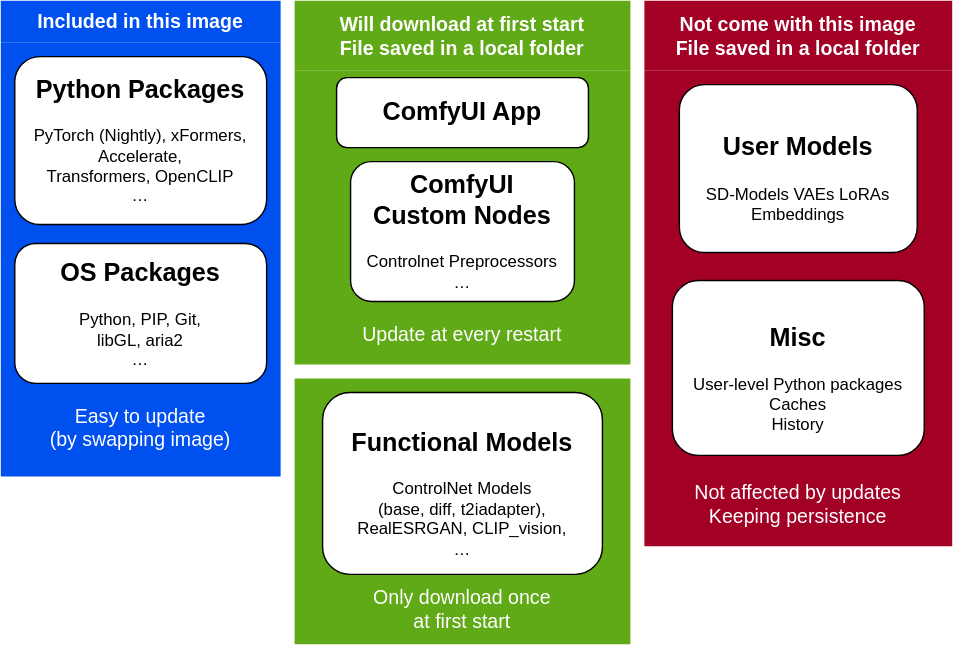
Earlier version of the draw.io export docs/chart-concept.svg (YanWenKun/ComfyUI-Docker). Source tidied: cells renumbered, new cells last; positions are measured from the earlier drawing's top-left corner, leaving out a move shared by most shapes. Source of this version:
```xml
<mxGraphModel>
  <root>
    <mxCell id="0" />
    <mxCell id="1" parent="0" />
    <mxCell id="2" value="Included in this image" style="swimlane;whiteSpace=wrap;html=1;fillColor=#0050ef;strokeColor=none;fontColor=#ffffff;fillStyle=auto;swimlaneFillColor=#0050EF;fontSize=14;fontFamily=Helvetica;swimlaneLine=0;shadow=0;rounded=0;glass=0;startSize=30;" parent="1" vertex="1">
      <mxGeometry width="200" height="340" as="geometry" />
    </mxCell>
    <mxCell id="3" value="&lt;h2&gt;Python Packages&lt;/h2&gt;&lt;div&gt;PyTorch (Nightly), xFormers, Accelerate,&lt;/div&gt;&lt;div&gt;Transformers, OpenCLIP&lt;/div&gt;&lt;div&gt;…&lt;/div&gt;&lt;div&gt;&lt;br&gt;&lt;/div&gt;" style="rounded=1;whiteSpace=wrap;html=1;" parent="2" vertex="1">
      <mxGeometry x="10" y="40" width="180" height="120" as="geometry" />
    </mxCell>
    <mxCell id="4" value="&lt;h2&gt;OS Packages&lt;/h2&gt;&lt;div&gt;Python, PIP, Git,&lt;/div&gt;libGL, aria2&lt;span style=&quot;background-color: initial;&quot;&gt;&lt;br&gt;…&lt;br&gt;&lt;br&gt;&lt;/span&gt;" style="rounded=1;whiteSpace=wrap;html=1;" parent="2" vertex="1">
      <mxGeometry x="10" y="173.5" width="180" height="100" as="geometry" />
    </mxCell>
    <mxCell id="5" value="Easy to update&lt;br&gt;(by swapping image)" style="text;html=1;align=center;verticalAlign=middle;whiteSpace=wrap;rounded=0;fontColor=#FFFFFF;fontSize=14;" parent="2" vertex="1">
      <mxGeometry x="30" y="290" width="140" height="30" as="geometry" />
    </mxCell>
    <mxCell id="6" value="Will download at first start&lt;br style=&quot;font-size: 14px;&quot;&gt;File saved in a local folder" style="swimlane;whiteSpace=wrap;html=1;startSize=50;fillColor=#60a917;fontColor=#ffffff;strokeColor=none;fontSize=14;fontFamily=Helvetica;swimlaneFillColor=#60A917;swimlaneLine=0;shadow=0;glass=0;" parent="1" vertex="1">
      <mxGeometry x="210" width="240" height="260" as="geometry" />
    </mxCell>
    <mxCell id="7" value="&lt;h2&gt;ComfyUI App&lt;/h2&gt;" style="rounded=1;whiteSpace=wrap;html=1;" parent="6" vertex="1">
      <mxGeometry x="30" y="55" width="180" height="50" as="geometry" />
    </mxCell>
    <mxCell id="8" value="&lt;h2&gt;ComfyUI&lt;br&gt;Custom Nodes&lt;/h2&gt;&lt;div&gt;Controlnet Preprocessors&lt;br&gt;&lt;/div&gt;&lt;div&gt;…&lt;/div&gt;&lt;div&gt;&lt;br&gt;&lt;/div&gt;" style="rounded=1;whiteSpace=wrap;html=1;" parent="6" vertex="1">
      <mxGeometry x="40" y="115" width="160" height="100" as="geometry" />
    </mxCell>
    <mxCell id="9" value="Update at every restart" style="text;html=1;align=center;verticalAlign=middle;whiteSpace=wrap;rounded=0;fontColor=#FFFFFF;fontSize=14;" parent="6" vertex="1">
      <mxGeometry x="35" y="224" width="170" height="30" as="geometry" />
    </mxCell>
    <mxCell id="10" value="Not come with this image&lt;br&gt;File saved in a local folder" style="swimlane;whiteSpace=wrap;html=1;fontSize=14;fillColor=#a20025;fontColor=#ffffff;strokeColor=none;swimlaneLine=0;swimlaneFillColor=#A20025;startSize=50;" parent="1" vertex="1">
      <mxGeometry x="460" width="220" height="390" as="geometry" />
    </mxCell>
    <mxCell id="11" value="&lt;h2&gt;User Models&lt;/h2&gt;&lt;div&gt;SD-Models VAEs LoRAs&lt;/div&gt;&lt;div&gt;Embeddings&lt;/div&gt;" style="rounded=1;whiteSpace=wrap;html=1;" parent="10" vertex="1">
      <mxGeometry x="25" y="60" width="170" height="120" as="geometry" />
    </mxCell>
    <mxCell id="12" value="&lt;h2&gt;Misc&lt;/h2&gt;User-level Python packages&lt;br&gt;Caches&lt;br&gt;History" style="rounded=1;whiteSpace=wrap;html=1;glass=0;" parent="10" vertex="1">
      <mxGeometry x="20" y="200" width="180" height="125" as="geometry" />
    </mxCell>
    <mxCell id="13" value="Not affected by updates&lt;br&gt;Keeping persistence" style="text;html=1;align=center;verticalAlign=middle;whiteSpace=wrap;rounded=0;fontColor=#FFFFFF;fontSize=14;" parent="10" vertex="1">
      <mxGeometry x="25" y="340" width="170" height="40" as="geometry" />
    </mxCell>
    <mxCell id="14" style="swimlane;startSize=0;strokeColor=none;swimlaneLine=0;fillColor=none;swimlaneFillColor=#60A917;" parent="1" vertex="1">
      <mxGeometry x="210" y="270" width="240" height="190" as="geometry" />
    </mxCell>
    <mxCell id="15" value="&lt;h2&gt;Functional&amp;nbsp;Models&lt;/h2&gt;&lt;div&gt;ControlNet Models&lt;/div&gt;&lt;div&gt;(base, diff,&amp;nbsp;t2iadapter),&lt;/div&gt;&lt;div&gt;RealESRGAN,&amp;nbsp;&lt;span style=&quot;background-color: initial;&quot;&gt;CLIP_vision,&lt;/span&gt;&lt;/div&gt;&lt;div&gt;…&lt;/div&gt;" style="rounded=1;whiteSpace=wrap;html=1;" parent="14" vertex="1">
      <mxGeometry x="20" y="10" width="200" height="130" as="geometry" />
    </mxCell>
    <mxCell id="16" value="Only download once &lt;br&gt;at first start" style="text;html=1;align=center;verticalAlign=middle;whiteSpace=wrap;rounded=0;fontColor=#FFFFFF;fontSize=14;" parent="14" vertex="1">
      <mxGeometry x="35" y="150" width="170" height="30" as="geometry" />
    </mxCell>
  </root>
</mxGraphModel>
```
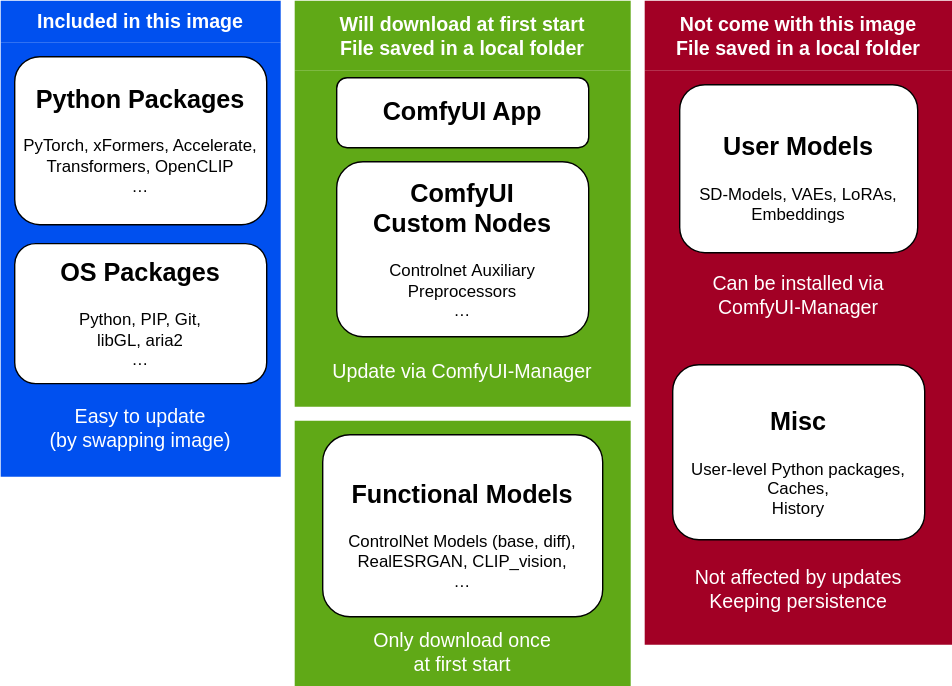
After the commit.

Diff of the diagram source:
```diff
@@ -5,7 +5,7 @@
     <mxCell id="2" value="Included in this image" style="swimlane;whiteSpace=wrap;html=1;fillColor=#0050ef;strokeColor=none;fontColor=#ffffff;fillStyle=auto;swimlaneFillColor=#0050EF;fontSize=14;fontFamily=Helvetica;swimlaneLine=0;shadow=0;rounded=0;glass=0;startSize=30;" parent="1" vertex="1">
       <mxGeometry width="200" height="340" as="geometry" />
     </mxCell>
-    <mxCell id="3" value="&lt;h2&gt;Python Packages&lt;/h2&gt;&lt;div&gt;PyTorch (Nightly), xFormers, Accelerate,&lt;/div&gt;&lt;div&gt;Transformers, OpenCLIP&lt;/div&gt;&lt;div&gt;…&lt;/div&gt;&lt;div&gt;&lt;br&gt;&lt;/div&gt;" style="rounded=1;whiteSpace=wrap;html=1;" parent="2" vertex="1">
+    <mxCell id="3" value="&lt;h2&gt;Python Packages&lt;/h2&gt;&lt;div&gt;PyTorch, xFormers, Accelerate,&lt;/div&gt;&lt;div&gt;Transformers, OpenCLIP&lt;/div&gt;&lt;div&gt;…&lt;/div&gt;&lt;div&gt;&lt;br&gt;&lt;/div&gt;" style="rounded=1;whiteSpace=wrap;html=1;" parent="2" vertex="1">
       <mxGeometry x="10" y="40" width="180" height="120" as="geometry" />
     </mxCell>
     <mxCell id="4" value="&lt;h2&gt;OS Packages&lt;/h2&gt;&lt;div&gt;Python, PIP, Git,&lt;/div&gt;libGL, aria2&lt;span style=&quot;background-color: initial;&quot;&gt;&lt;br&gt;…&lt;br&gt;&lt;br&gt;&lt;/span&gt;" style="rounded=1;whiteSpace=wrap;html=1;" parent="2" vertex="1">
@@ -15,33 +15,36 @@
       <mxGeometry x="30" y="290" width="140" height="30" as="geometry" />
     </mxCell>
     <mxCell id="6" value="Will download at first start&lt;br style=&quot;font-size: 14px;&quot;&gt;File saved in a local folder" style="swimlane;whiteSpace=wrap;html=1;startSize=50;fillColor=#60a917;fontColor=#ffffff;strokeColor=none;fontSize=14;fontFamily=Helvetica;swimlaneFillColor=#60A917;swimlaneLine=0;shadow=0;glass=0;" parent="1" vertex="1">
-      <mxGeometry x="210" width="240" height="260" as="geometry" />
+      <mxGeometry x="210" width="240" height="290" as="geometry" />
     </mxCell>
     <mxCell id="7" value="&lt;h2&gt;ComfyUI App&lt;/h2&gt;" style="rounded=1;whiteSpace=wrap;html=1;" parent="6" vertex="1">
       <mxGeometry x="30" y="55" width="180" height="50" as="geometry" />
     </mxCell>
-    <mxCell id="8" value="&lt;h2&gt;ComfyUI&lt;br&gt;Custom Nodes&lt;/h2&gt;&lt;div&gt;Controlnet Preprocessors&lt;br&gt;&lt;/div&gt;&lt;div&gt;…&lt;/div&gt;&lt;div&gt;&lt;br&gt;&lt;/div&gt;" style="rounded=1;whiteSpace=wrap;html=1;" parent="6" vertex="1">
-      <mxGeometry x="40" y="115" width="160" height="100" as="geometry" />
+    <mxCell id="8" value="&lt;h2&gt;ComfyUI&lt;br&gt;Custom Nodes&lt;/h2&gt;&lt;div&gt;Controlnet&amp;nbsp;Auxiliary Preprocessors&lt;/div&gt;&lt;div&gt;…&lt;/div&gt;&lt;div&gt;&lt;br&gt;&lt;/div&gt;" style="rounded=1;whiteSpace=wrap;html=1;" parent="6" vertex="1">
+      <mxGeometry x="30" y="115" width="180" height="125" as="geometry" />
     </mxCell>
-    <mxCell id="9" value="Update at every restart" style="text;html=1;align=center;verticalAlign=middle;whiteSpace=wrap;rounded=0;fontColor=#FFFFFF;fontSize=14;" parent="6" vertex="1">
-      <mxGeometry x="35" y="224" width="170" height="30" as="geometry" />
+    <mxCell id="9" value="Update via&amp;nbsp;ComfyUI-Manager" style="text;html=1;align=center;verticalAlign=middle;whiteSpace=wrap;rounded=0;fontColor=#FFFFFF;fontSize=14;" parent="6" vertex="1">
+      <mxGeometry y="250" width="240" height="30" as="geometry" />
     </mxCell>
     <mxCell id="10" value="Not come with this image&lt;br&gt;File saved in a local folder" style="swimlane;whiteSpace=wrap;html=1;fontSize=14;fillColor=#a20025;fontColor=#ffffff;strokeColor=none;swimlaneLine=0;swimlaneFillColor=#A20025;startSize=50;" parent="1" vertex="1">
-      <mxGeometry x="460" width="220" height="390" as="geometry" />
+      <mxGeometry x="460" width="220" height="460" as="geometry" />
     </mxCell>
-    <mxCell id="11" value="&lt;h2&gt;User Models&lt;/h2&gt;&lt;div&gt;SD-Models VAEs LoRAs&lt;/div&gt;&lt;div&gt;Embeddings&lt;/div&gt;" style="rounded=1;whiteSpace=wrap;html=1;" parent="10" vertex="1">
+    <mxCell id="11" value="&lt;h2&gt;User Models&lt;/h2&gt;&lt;div&gt;SD-Models, VAEs, LoRAs,&lt;/div&gt;&lt;div&gt;Embeddings&lt;/div&gt;" style="rounded=1;whiteSpace=wrap;html=1;" parent="10" vertex="1">
       <mxGeometry x="25" y="60" width="170" height="120" as="geometry" />
     </mxCell>
-    <mxCell id="12" value="&lt;h2&gt;Misc&lt;/h2&gt;User-level Python packages&lt;br&gt;Caches&lt;br&gt;History" style="rounded=1;whiteSpace=wrap;html=1;glass=0;" parent="10" vertex="1">
-      <mxGeometry x="20" y="200" width="180" height="125" as="geometry" />
+    <mxCell id="12" value="&lt;h2&gt;Misc&lt;/h2&gt;User-level Python packages,&lt;br&gt;Caches,&lt;br&gt;History" style="rounded=1;whiteSpace=wrap;html=1;glass=0;" parent="10" vertex="1">
+      <mxGeometry x="20" y="260" width="180" height="125" as="geometry" />
     </mxCell>
     <mxCell id="13" value="Not affected by updates&lt;br&gt;Keeping persistence" style="text;html=1;align=center;verticalAlign=middle;whiteSpace=wrap;rounded=0;fontColor=#FFFFFF;fontSize=14;" parent="10" vertex="1">
-      <mxGeometry x="25" y="340" width="170" height="40" as="geometry" />
+      <mxGeometry y="400" width="220" height="40" as="geometry" />
     </mxCell>
+    <mxCell id="17" value="Can be installed via&lt;br style=&quot;border-color: var(--border-color);&quot;&gt;ComfyUI-Manager" style="text;html=1;align=center;verticalAlign=middle;whiteSpace=wrap;rounded=0;fontColor=#FFFFFF;fontSize=14;" parent="10" vertex="1">
+      <mxGeometry y="190" width="220" height="40" as="geometry" />
+    </mxCell>
     <mxCell id="14" style="swimlane;startSize=0;strokeColor=none;swimlaneLine=0;fillColor=none;swimlaneFillColor=#60A917;" parent="1" vertex="1">
-      <mxGeometry x="210" y="270" width="240" height="190" as="geometry" />
+      <mxGeometry x="210" y="300" width="240" height="190" as="geometry" />
     </mxCell>
-    <mxCell id="15" value="&lt;h2&gt;Functional&amp;nbsp;Models&lt;/h2&gt;&lt;div&gt;ControlNet Models&lt;/div&gt;&lt;div&gt;(base, diff,&amp;nbsp;t2iadapter),&lt;/div&gt;&lt;div&gt;RealESRGAN,&amp;nbsp;&lt;span style=&quot;background-color: initial;&quot;&gt;CLIP_vision,&lt;/span&gt;&lt;/div&gt;&lt;div&gt;…&lt;/div&gt;" style="rounded=1;whiteSpace=wrap;html=1;" parent="14" vertex="1">
+    <mxCell id="15" value="&lt;h2&gt;Functional&amp;nbsp;Models&lt;/h2&gt;&lt;div&gt;ControlNet Models&amp;nbsp;&lt;span style=&quot;background-color: initial;&quot;&gt;(base, diff),&lt;/span&gt;&lt;/div&gt;&lt;div&gt;RealESRGAN,&amp;nbsp;&lt;span style=&quot;background-color: initial;&quot;&gt;CLIP_vision,&lt;/span&gt;&lt;/div&gt;&lt;div&gt;…&lt;/div&gt;" style="rounded=1;whiteSpace=wrap;html=1;" parent="14" vertex="1">
       <mxGeometry x="20" y="10" width="200" height="130" as="geometry" />
     </mxCell>
     <mxCell id="16" value="Only download once &lt;br&gt;at first start" style="text;html=1;align=center;verticalAlign=middle;whiteSpace=wrap;rounded=0;fontColor=#FFFFFF;fontSize=14;" parent="14" vertex="1">
```
